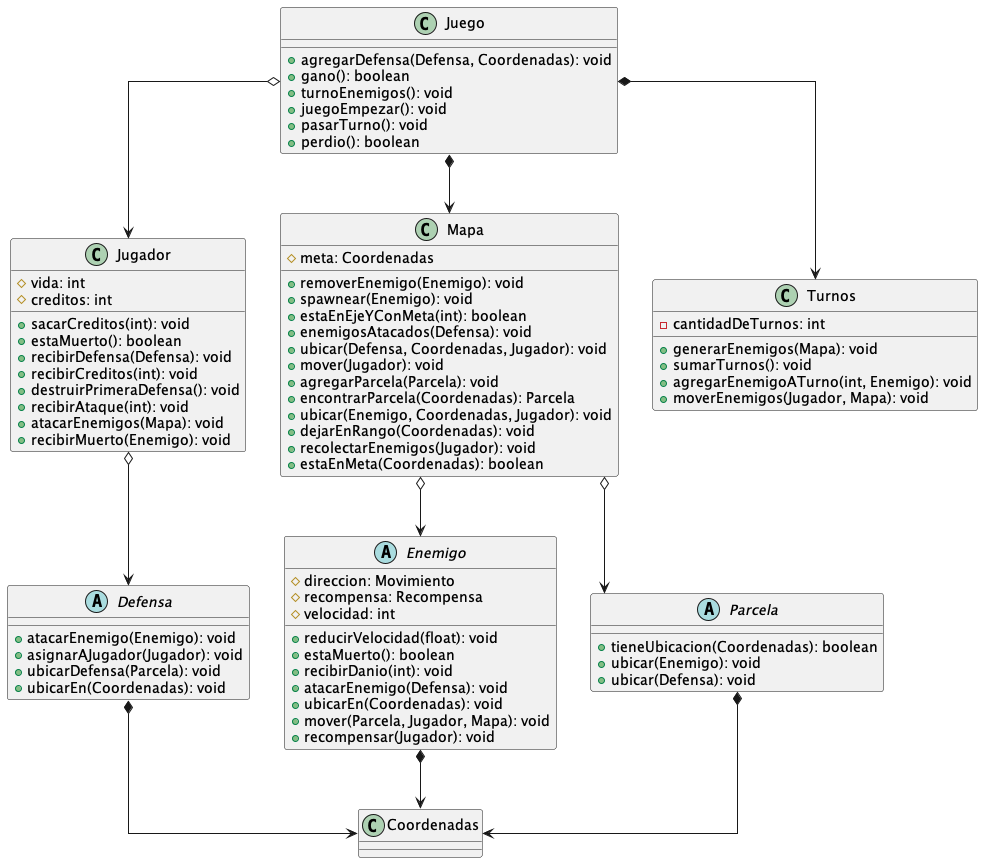
Before: diagrams/classes/general.png, a diagram exported from PlantUML (franzimbi/algo3_tp2).
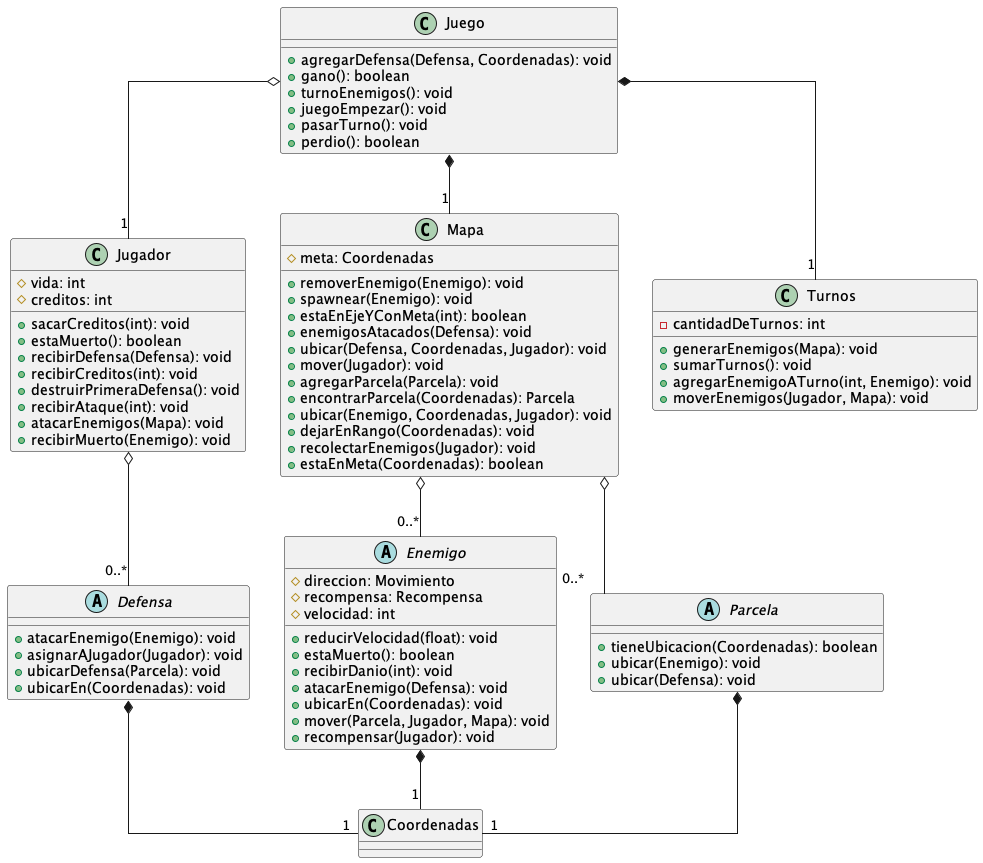
After the change.

Diff of the diagram source:
```diff
@@ -70,13 +70,13 @@
 class Coordenadas{
 }
 
-Juego o--> Jugador
-Juego *--> Mapa
-Juego *--> Turnos
-Jugador o--> Defensa
-Mapa o--> Enemigo
-Mapa o--> Parcela
-Enemigo *--> Coordenadas
-Defensa *--> Coordenadas
-Parcela *--> Coordenadas
+Juego o-- "1" Jugador
+Juego *-- "1" Mapa
+Juego *-- "1" Turnos
+Jugador o-- "0..*"Defensa
+Mapa o-- "0..*" Enemigo
+Mapa o-- "0..*" Parcela
+Enemigo *-- "1" Coordenadas
+Defensa *-- "1" Coordenadas
+Parcela *-- "1" Coordenadas
 @enduml
```
